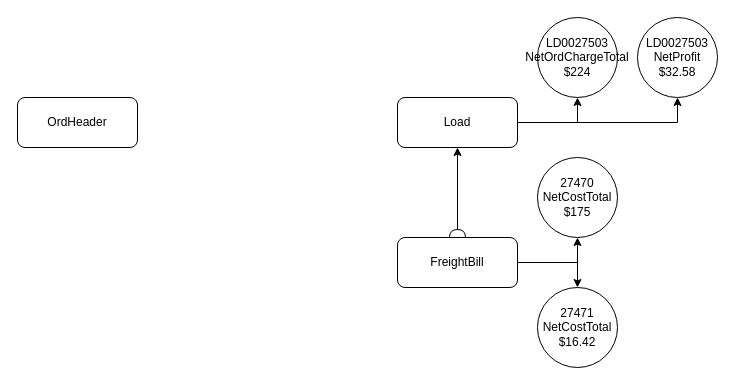
Before: Untitled Diagram.drawio in Cutrer/lightbulbs, a draw.io diagram. Source tidied: cells renumbered, new cells numbered last; positions are measured from the earlier drawing's top-left corner, leaving out a move shared by most shapes. Both pictures are drawn from the tidied source at 100%, with x=0, y=0 at pixel (17, 17).
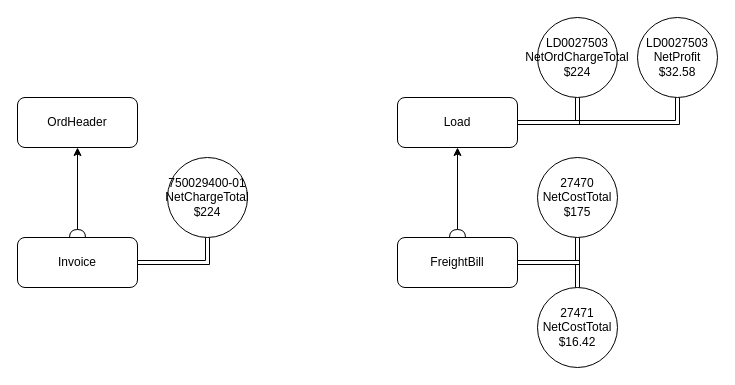
The same page after the edit.

Diff of the diagram source:
```diff
@@
 <mxGraphModel>
   <root>
     <mxCell id="0" />
     <mxCell id="1" parent="0" />
-    <mxCell id="2" style="edgeStyle=orthogonalEdgeStyle;rounded=0;jettySize=auto;html=1;exitX=1;exitY=0.5;exitDx=0;exitDy=0;entryX=0.5;entryY=1;entryDx=0;entryDy=0;" parent="1" edge="1" source="4" target="9">
+    <mxCell id="2" style="edgeStyle=orthogonalEdgeStyle;rounded=0;jettySize=auto;html=1;exitX=1;exitY=0.5;exitDx=0;exitDy=0;entryX=0.5;entryY=1;entryDx=0;entryDy=0;shape=link;" parent="1" edge="1" source="4" target="9">
       <mxGeometry relative="1" as="geometry" />
     </mxCell>
-    <mxCell id="3" style="edgeStyle=orthogonalEdgeStyle;rounded=0;jettySize=auto;html=1;exitX=1;exitY=0.5;exitDx=0;exitDy=0;entryX=0.5;entryY=1;entryDx=0;entryDy=0;" parent="1" edge="1" source="4" target="10">
+    <mxCell id="3" style="edgeStyle=orthogonalEdgeStyle;rounded=0;jettySize=auto;html=1;exitX=1;exitY=0.5;exitDx=0;exitDy=0;entryX=0.5;entryY=1;entryDx=0;entryDy=0;shape=link;" parent="1" edge="1" source="4" target="10">
       <mxGeometry relative="1" as="geometry" />
     </mxCell>
     <mxCell id="4" value="Load" style="rounded=1;whiteSpace=wrap;html=1;" parent="1" vertex="1">
       <mxGeometry x="380" y="80" width="120" height="50" as="geometry" />
     </mxCell>
     <mxCell id="5" style="edgeStyle=orthogonalEdgeStyle;rounded=0;jettySize=auto;html=1;entryX=0.5;entryY=1;entryDx=0;entryDy=0;startArrow=halfCircle;startFill=0;" parent="1" edge="1" source="8" target="4">
       <mxGeometry relative="1" as="geometry" />
     </mxCell>
-    <mxCell id="6" style="edgeStyle=orthogonalEdgeStyle;rounded=0;jettySize=auto;html=1;exitX=1;exitY=0.5;exitDx=0;exitDy=0;entryX=0.5;entryY=1;entryDx=0;entryDy=0;" parent="1" edge="1" source="8" target="11">
+    <mxCell id="6" style="edgeStyle=orthogonalEdgeStyle;rounded=0;jettySize=auto;html=1;exitX=1;exitY=0.5;exitDx=0;exitDy=0;entryX=0.5;entryY=1;entryDx=0;entryDy=0;shape=link;" parent="1" edge="1" source="8" target="11">
       <mxGeometry relative="1" as="geometry" />
     </mxCell>
-    <mxCell id="7" style="edgeStyle=orthogonalEdgeStyle;rounded=0;jettySize=auto;html=1;exitX=1;exitY=0.5;exitDx=0;exitDy=0;entryX=0.5;entryY=0;entryDx=0;entryDy=0;" parent="1" edge="1" source="8" target="12">
+    <mxCell id="7" style="edgeStyle=orthogonalEdgeStyle;rounded=0;jettySize=auto;html=1;exitX=1;exitY=0.5;exitDx=0;exitDy=0;entryX=0.5;entryY=0;entryDx=0;entryDy=0;shape=link;" parent="1" edge="1" source="8" target="12">
       <mxGeometry relative="1" as="geometry" />
     </mxCell>
     <mxCell id="8" value="FreightBill" style="rounded=1;whiteSpace=wrap;html=1;" parent="1" vertex="1">
       <mxGeometry x="380" y="220" width="120" height="50" as="geometry" />
     </mxCell>
     <mxCell id="9" value="LD0027503&lt;br&gt;NetOrdChargeTotal&lt;br&gt;$224" style="ellipse;whiteSpace=wrap;html=1;" parent="1" vertex="1">
       <mxGeometry x="520" width="80" height="80" as="geometry" />
     </mxCell>
     <mxCell id="10" value="LD0027503&lt;br&gt;NetProfit&lt;br&gt;$32.58" style="ellipse;whiteSpace=wrap;html=1;" parent="1" vertex="1">
       <mxGeometry x="620" width="80" height="80" as="geometry" />
     </mxCell>
     <mxCell id="11" value="27470&lt;br&gt;NetCostTotal&lt;br&gt;$175" style="ellipse;whiteSpace=wrap;html=1;" parent="1" vertex="1">
       <mxGeometry x="520" y="140" width="80" height="80" as="geometry" />
     </mxCell>
     <mxCell id="12" value="27471&lt;br&gt;NetCostTotal&lt;br&gt;$16.42" style="ellipse;whiteSpace=wrap;html=1;" parent="1" vertex="1">
       <mxGeometry x="520" y="270" width="80" height="80" as="geometry" />
     </mxCell>
     <mxCell id="13" value="OrdHeader" style="rounded=1;whiteSpace=wrap;html=1;" parent="1" vertex="1">
       <mxGeometry y="80" width="120" height="50" as="geometry" />
     </mxCell>
+    <mxCell id="14" style="edgeStyle=orthogonalEdgeStyle;rounded=0;jettySize=auto;html=1;exitX=0.5;exitY=0;exitDx=0;exitDy=0;entryX=0.5;entryY=1;entryDx=0;entryDy=0;startArrow=halfCircle;startFill=0;" parent="1" edge="1" source="16" target="13">
+      <mxGeometry relative="1" as="geometry" />
+    </mxCell>
+    <mxCell id="15" style="edgeStyle=orthogonalEdgeStyle;rounded=0;jettySize=auto;html=1;exitX=1;exitY=0.5;exitDx=0;exitDy=0;entryX=0.5;entryY=1;entryDx=0;entryDy=0;shape=link;" parent="1" edge="1" source="16" target="17">
+      <mxGeometry relative="1" as="geometry" />
+    </mxCell>
+    <mxCell id="16" value="Invoice" style="rounded=1;whiteSpace=wrap;html=1;" parent="1" vertex="1">
+      <mxGeometry y="220" width="120" height="50" as="geometry" />
+    </mxCell>
+    <mxCell id="17" value="750029400-01&lt;br&gt;NetChargeTotal&lt;br&gt;$224" style="ellipse;whiteSpace=wrap;html=1;" parent="1" vertex="1">
+      <mxGeometry x="150" y="140" width="80" height="80" as="geometry" />
+    </mxCell>
   </root>
 </mxGraphModel>
```
